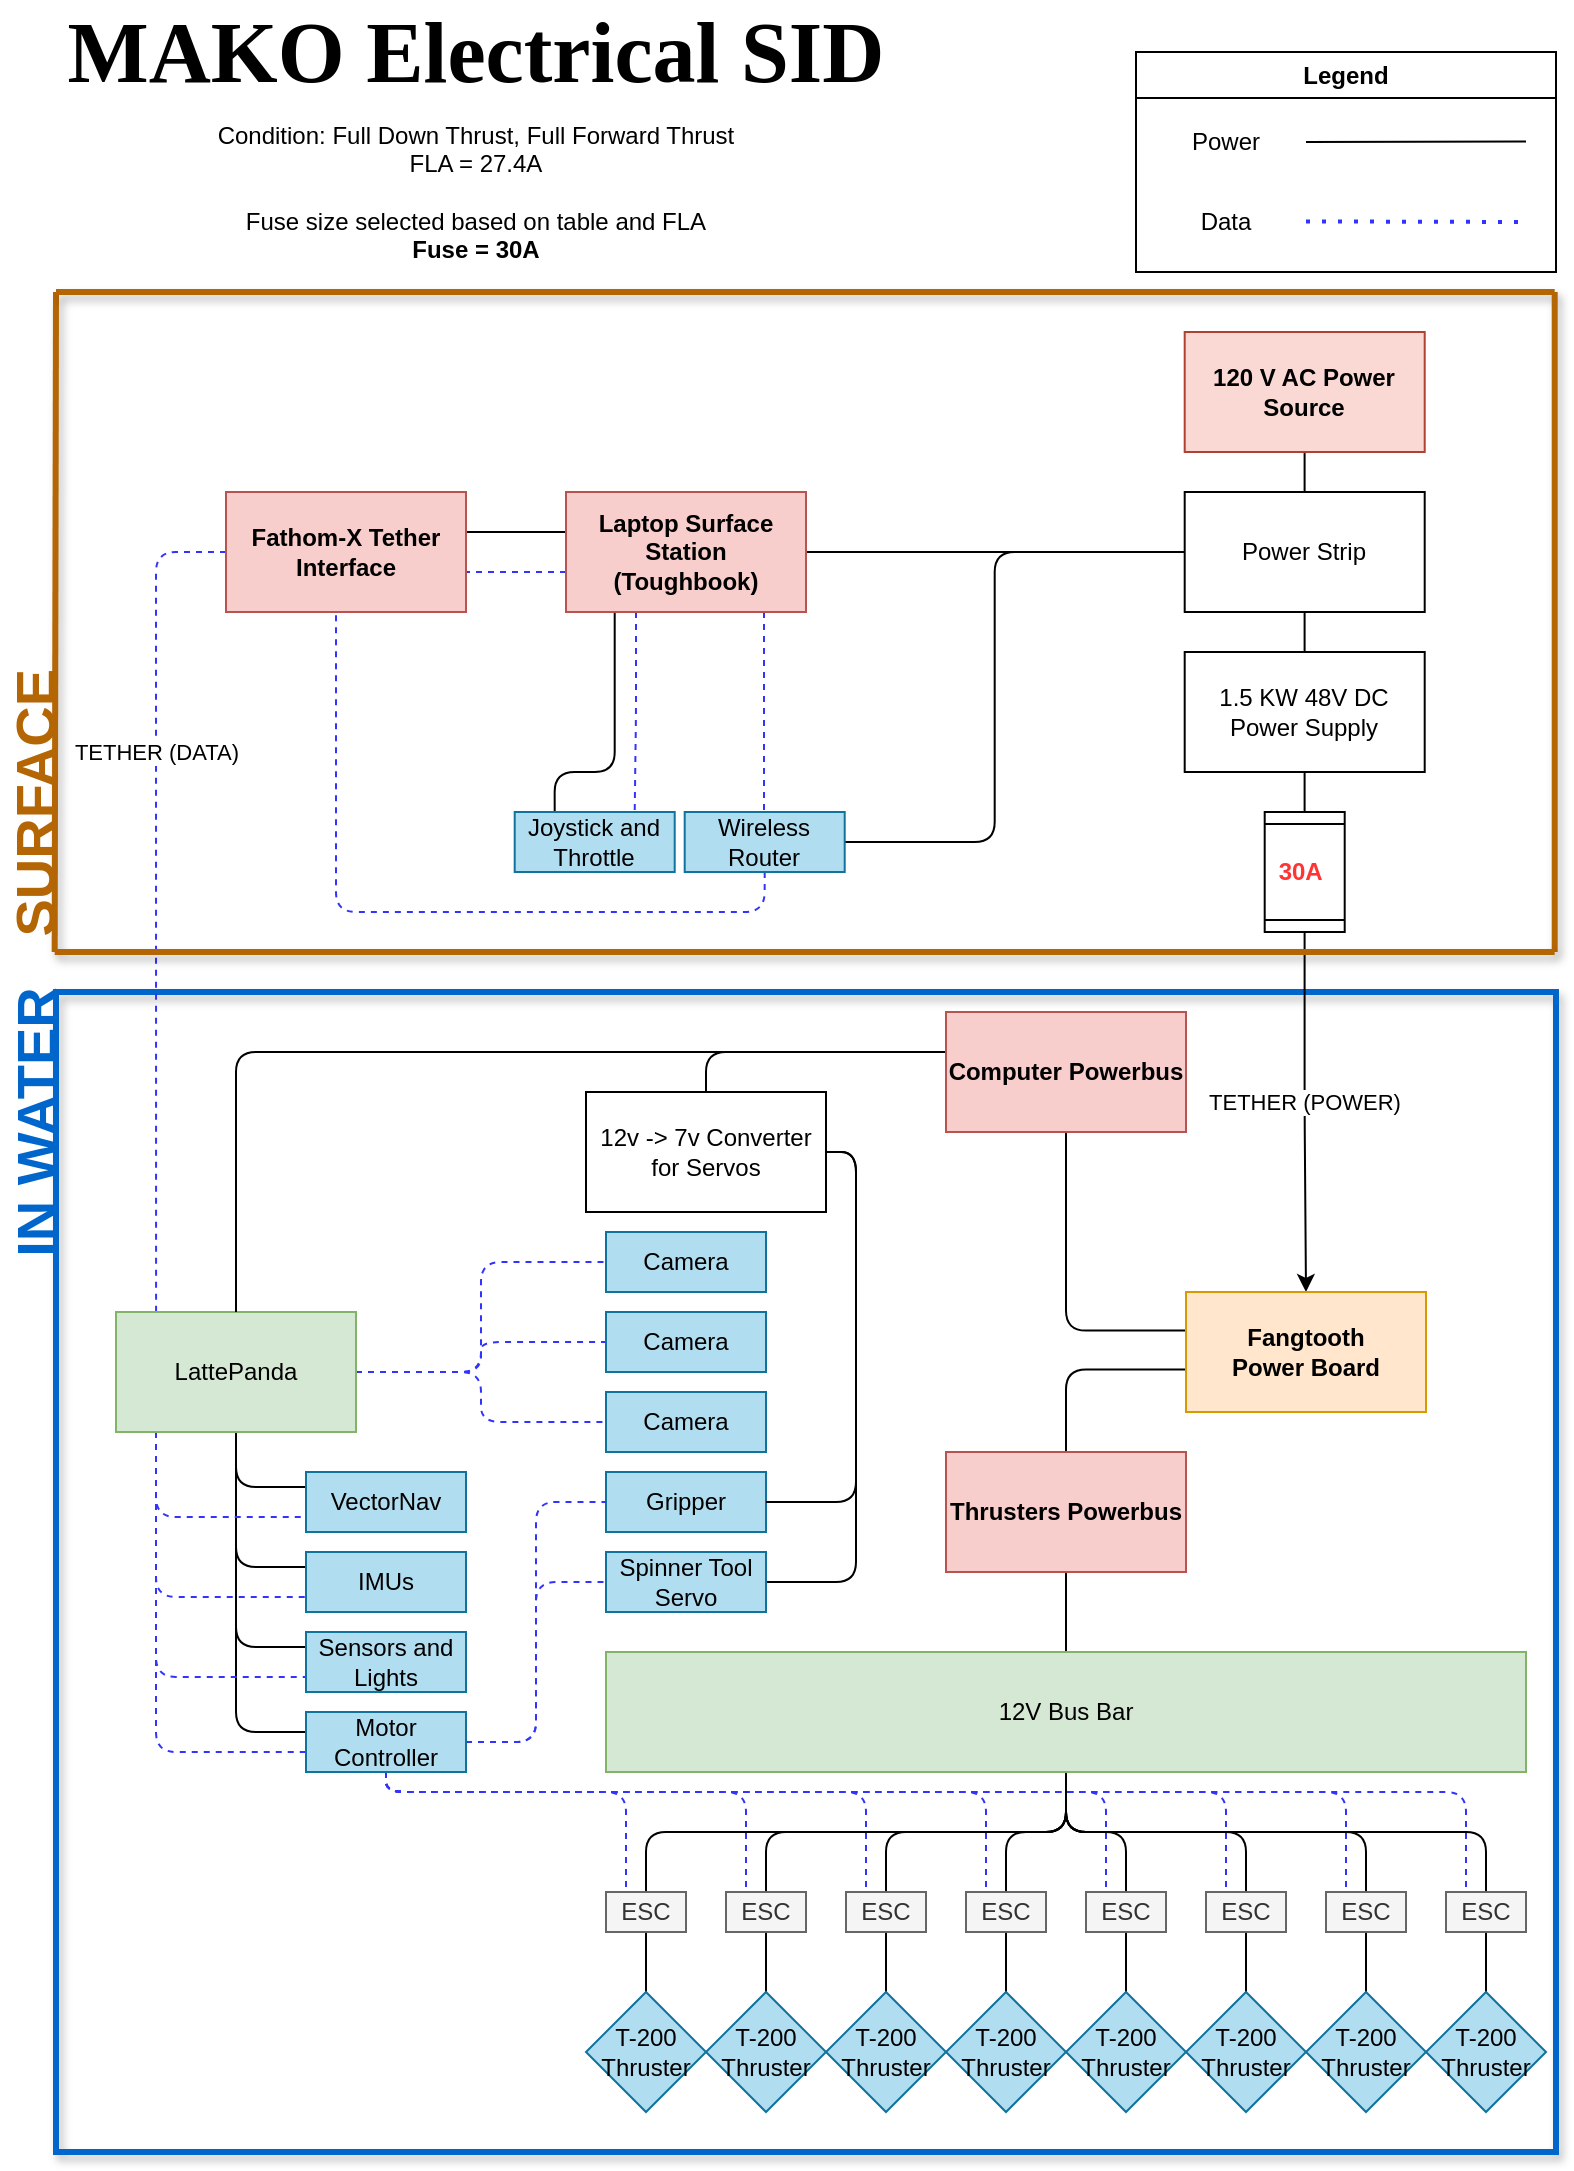
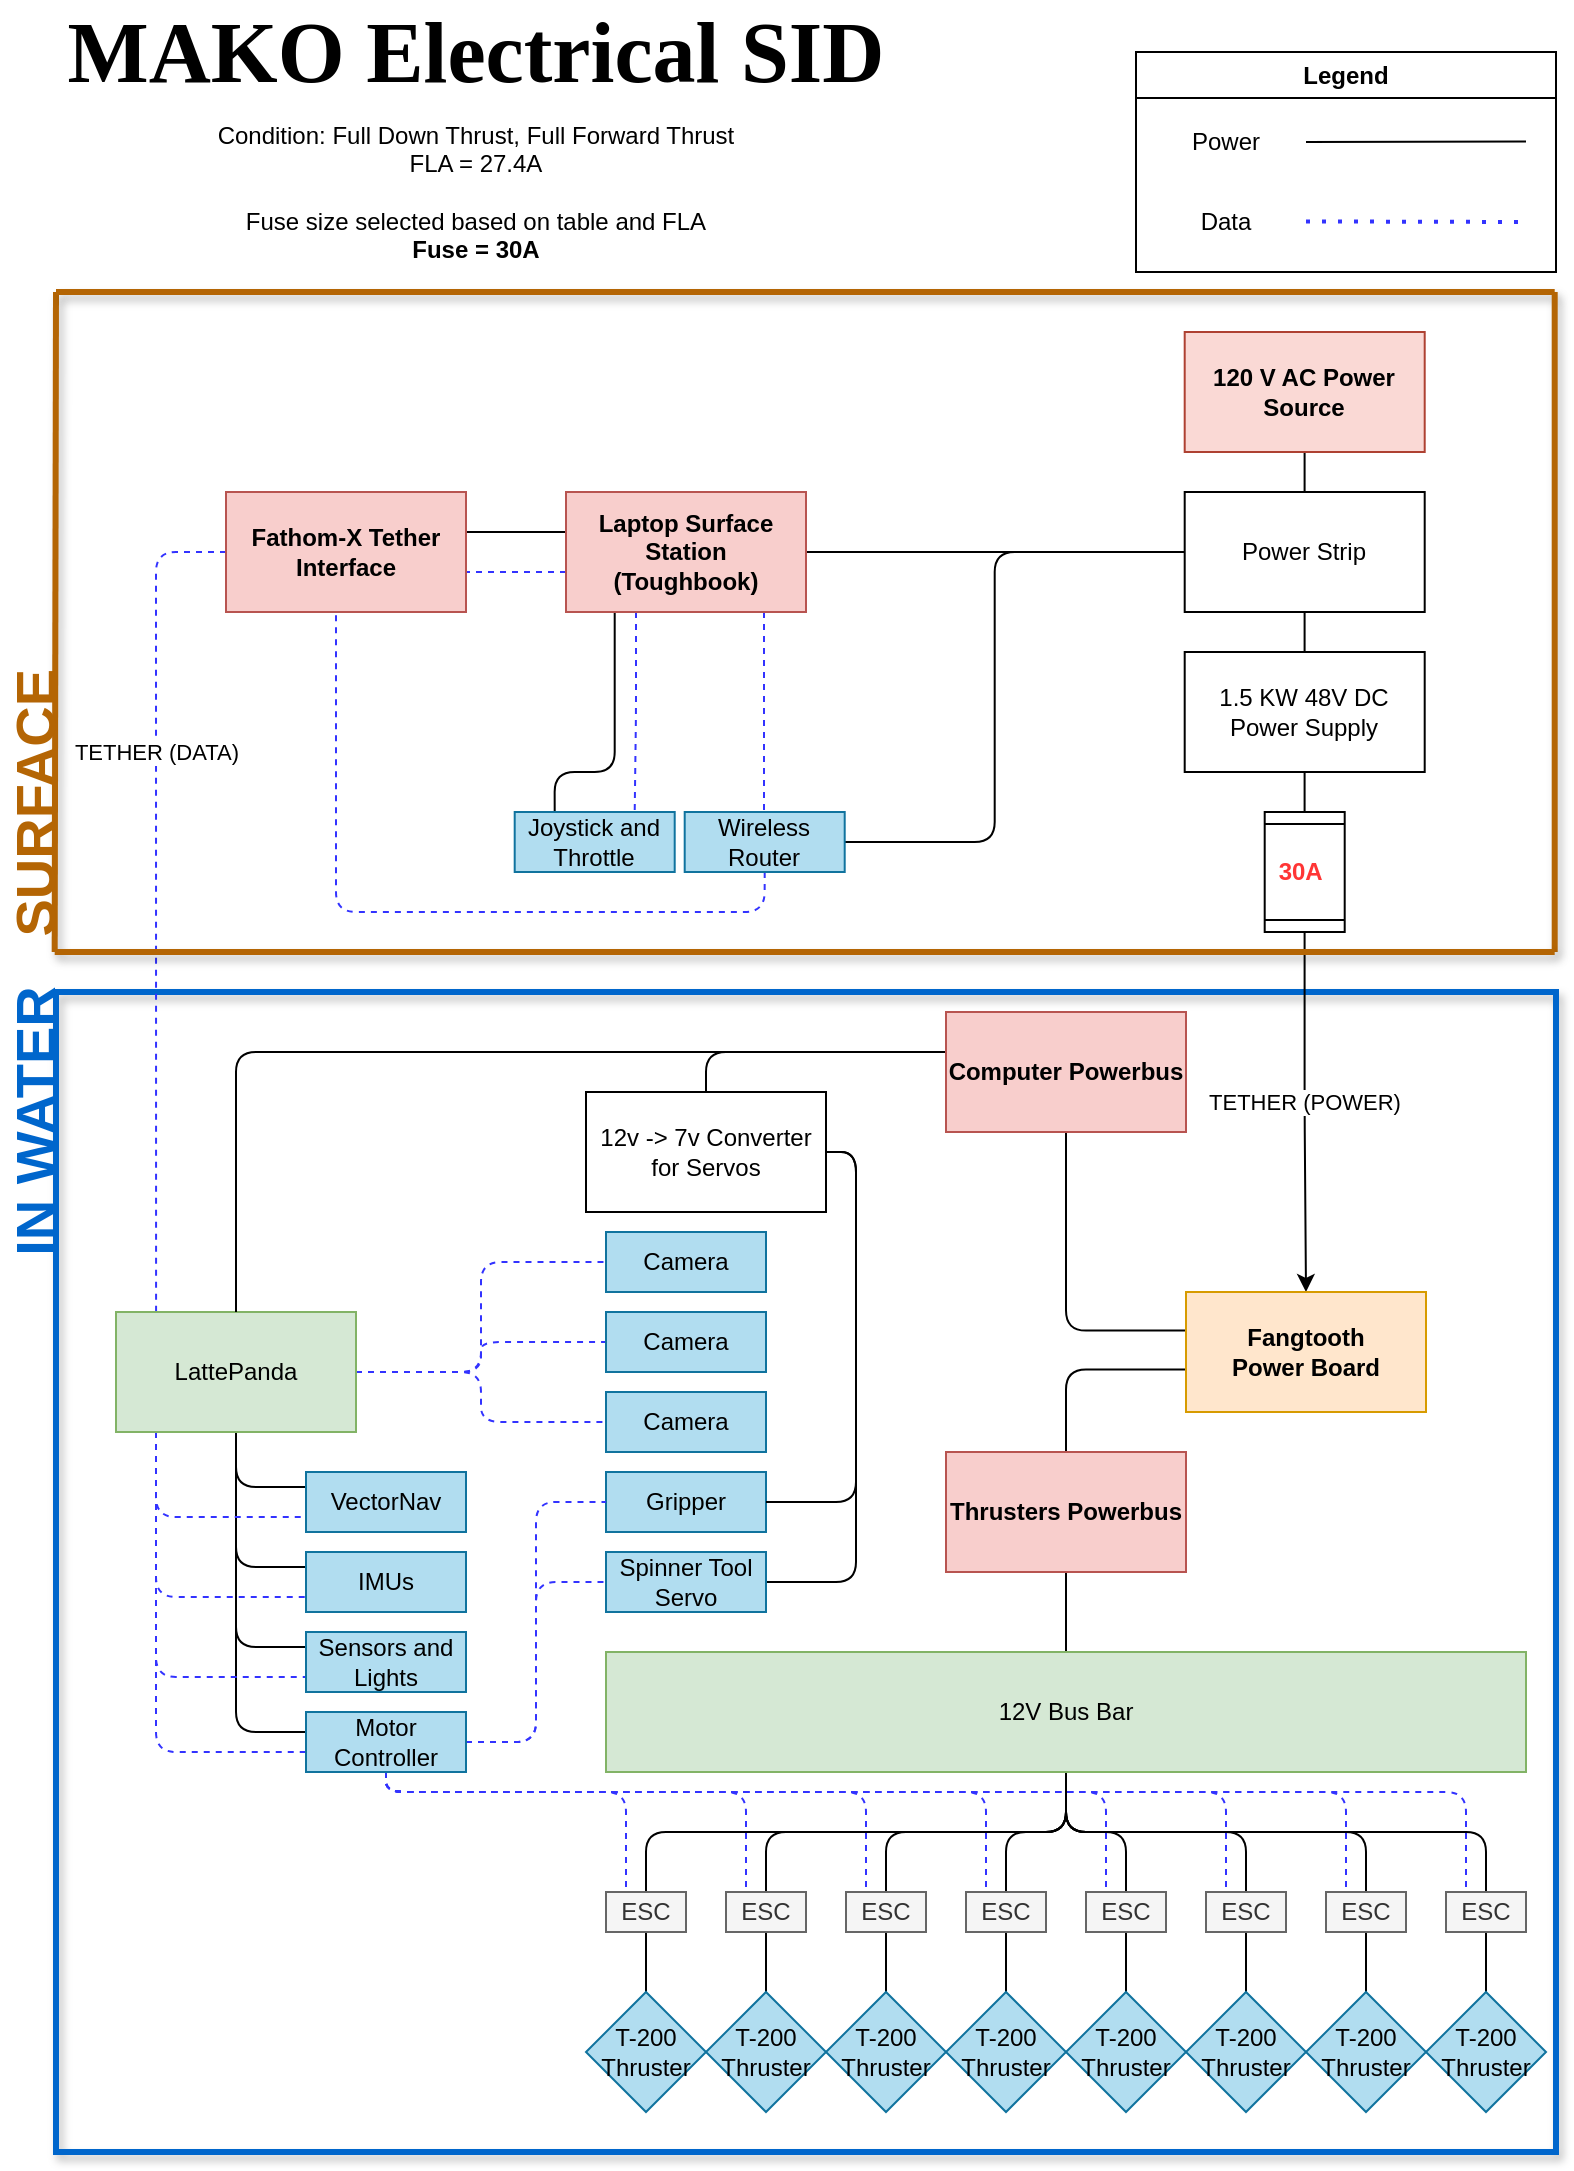
<mxfile host="app.diagrams.net" agent="Mozilla/5.0 (Windows NT 10.0; Win64; x64; rv:139.0) Gecko/20100101 Firefox/139.0">
  <diagram name="Page-1" id="doaNbLGYiiKzRFzNWdXi">
-     <mxGraphModel dx="1566" dy="1402" grid="1" gridSize="10" guides="1" tooltips="1" connect="1" arrows="1" fold="1" page="1" pageScale="1" pageWidth="850" pageHeight="1100" math="0" shadow="0">
+     <mxGraphModel dx="-455" dy="229" grid="1" gridSize="10" guides="1" tooltips="1" connect="1" arrows="1" fold="1" page="1" pageScale="1" pageWidth="850" pageHeight="1100" math="0" shadow="0">
      <root>
        <mxCell id="0" />
        <mxCell id="1" parent="0" />
        <mxCell id="0vSBfI8_46AL9H7hPHAw-18" parent="1" style="rounded=0;whiteSpace=wrap;html=1;fillColor=none;strokeWidth=3;strokeColor=#0066CC;glass=0;shadow=1;" value="" vertex="1">
          <mxGeometry height="580" width="750" x="890" y="500" as="geometry" />
        </mxCell>
        <mxCell id="59XTsty1G1Yx93DkZX_j-1" parent="1" style="text;html=1;whiteSpace=wrap;strokeColor=none;fillColor=none;align=center;verticalAlign=middle;rounded=0;fontFamily=Times New Roman;fontStyle=1" value="&lt;font style=&quot;font-size: 43px;&quot;&gt;&lt;span&gt;MAKO Electrical SID&lt;/span&gt;&lt;/font&gt;" vertex="1">
          <mxGeometry height="40" width="420" x="890" y="10" as="geometry" />
        </mxCell>
        <mxCell id="59XTsty1G1Yx93DkZX_j-24" edge="1" parent="1" style="edgeStyle=orthogonalEdgeStyle;rounded=0;orthogonalLoop=1;jettySize=auto;html=1;exitX=0.5;exitY=1;exitDx=0;exitDy=0;">
          <mxGeometry relative="1" as="geometry">
            <mxPoint x="1435" y="910" as="sourcePoint" />
            <mxPoint x="1435" y="910" as="targetPoint" />
          </mxGeometry>
        </mxCell>
        <mxCell id="59XTsty1G1Yx93DkZX_j-45" parent="1" style="swimlane;whiteSpace=wrap;html=1;" value="Legend" vertex="1">
          <mxGeometry height="110" width="210" x="1430" y="30" as="geometry" />
        </mxCell>
        <mxCell id="59XTsty1G1Yx93DkZX_j-46" parent="59XTsty1G1Yx93DkZX_j-45" style="text;html=1;whiteSpace=wrap;strokeColor=none;fillColor=none;align=center;verticalAlign=middle;rounded=0;" value="Power" vertex="1">
          <mxGeometry height="30" width="60" x="15" y="30" as="geometry" />
        </mxCell>
        <mxCell id="59XTsty1G1Yx93DkZX_j-47" parent="59XTsty1G1Yx93DkZX_j-45" style="text;html=1;whiteSpace=wrap;strokeColor=none;fillColor=none;align=center;verticalAlign=middle;rounded=0;" value="Data" vertex="1">
          <mxGeometry height="30" width="60" x="15" y="70" as="geometry" />
        </mxCell>
        <mxCell id="59XTsty1G1Yx93DkZX_j-53" edge="1" parent="59XTsty1G1Yx93DkZX_j-45" style="endArrow=none;dashed=1;html=1;dashPattern=1 3;strokeWidth=2;strokeColor=#3333FF;" value="">
          <mxGeometry height="50" relative="1" width="50" as="geometry">
            <mxPoint x="85" y="84.72" as="sourcePoint" />
            <mxPoint x="195" y="85" as="targetPoint" />
          </mxGeometry>
        </mxCell>
        <mxCell id="59XTsty1G1Yx93DkZX_j-54" edge="1" parent="59XTsty1G1Yx93DkZX_j-45" style="endArrow=none;html=1;strokeColor=#000000;" value="">
          <mxGeometry height="50" relative="1" width="50" as="geometry">
            <mxPoint x="85" y="45.06" as="sourcePoint" />
            <mxPoint x="195" y="44.78" as="targetPoint" />
          </mxGeometry>
        </mxCell>
        <mxCell id="59XTsty1G1Yx93DkZX_j-216" edge="1" parent="1" source="59XTsty1G1Yx93DkZX_j-57" style="edgeStyle=orthogonalEdgeStyle;orthogonalLoop=1;jettySize=auto;html=1;endArrow=none;endFill=0;" target="59XTsty1G1Yx93DkZX_j-208" value="">
          <mxGeometry relative="1" as="geometry" />
        </mxCell>
        <mxCell id="59XTsty1G1Yx93DkZX_j-57" parent="1" style="rounded=0;whiteSpace=wrap;html=1;fillColor=#fad9d5;strokeColor=#ae4132;fontStyle=1" value="120 V AC Power Source" vertex="1">
          <mxGeometry height="60" width="120" x="1454.35" y="170" as="geometry" />
        </mxCell>
        <mxCell id="59XTsty1G1Yx93DkZX_j-71" edge="1" parent="1" source="59XTsty1G1Yx93DkZX_j-66" style="edgeStyle=orthogonalEdgeStyle;orthogonalLoop=1;jettySize=auto;html=1;endArrow=none;endFill=0;" target="59XTsty1G1Yx93DkZX_j-70" value="">
          <mxGeometry relative="1" as="geometry" />
        </mxCell>
        <mxCell id="59XTsty1G1Yx93DkZX_j-66" parent="1" style="rounded=0;whiteSpace=wrap;html=1;" value="&lt;div&gt;1.5 KW 48V DC Power Supply&lt;/div&gt;" vertex="1">
          <mxGeometry height="60" width="120" x="1454.35" y="330" as="geometry" />
        </mxCell>
        <mxCell id="59XTsty1G1Yx93DkZX_j-81" edge="1" parent="1" source="59XTsty1G1Yx93DkZX_j-70" style="edgeStyle=orthogonalEdgeStyle;orthogonalLoop=1;jettySize=auto;html=1;entryX=0.5;entryY=0;entryDx=0;entryDy=0;" target="59XTsty1G1Yx93DkZX_j-101" value="">
          <mxGeometry relative="1" as="geometry">
            <mxPoint x="1515" y="470" as="targetPoint" />
          </mxGeometry>
        </mxCell>
        <mxCell id="59XTsty1G1Yx93DkZX_j-99" connectable="0" parent="59XTsty1G1Yx93DkZX_j-81" style="edgeLabel;html=1;align=center;verticalAlign=middle;resizable=0;points=[];" value="TETHER (POWER)" vertex="1">
          <mxGeometry relative="1" x="-0.062" y="-1" as="geometry">
            <mxPoint as="offset" />
          </mxGeometry>
        </mxCell>
        <mxCell id="59XTsty1G1Yx93DkZX_j-70" parent="1" style="shape=process;whiteSpace=wrap;html=1;backgroundOutline=1;rounded=0;direction=south;" value="&lt;div&gt;&lt;b style=&quot;color: rgb(255, 53, 53);&quot;&gt;30A&amp;nbsp;&lt;/b&gt;&lt;/div&gt;" vertex="1">
          <mxGeometry height="60" width="40" x="1494.35" y="410" as="geometry" />
        </mxCell>
        <mxCell id="59XTsty1G1Yx93DkZX_j-83" parent="1" style="text;html=1;whiteSpace=wrap;strokeColor=none;fillColor=none;align=center;verticalAlign=middle;rounded=0;" value="&lt;div&gt;Condition: Full Down Thrust, Full Forward Thrust&lt;/div&gt;&lt;div&gt;FLA = 27.4A&lt;/div&gt;&lt;div&gt;&lt;br&gt;&lt;/div&gt;&lt;div&gt;Fuse size selected based on table and FLA&lt;/div&gt;&lt;div&gt;&lt;b&gt;Fuse = 30A&lt;/b&gt;&lt;/div&gt;" vertex="1">
          <mxGeometry height="80" width="410" x="894.9999999999999" y="60" as="geometry" />
        </mxCell>
        <mxCell id="59XTsty1G1Yx93DkZX_j-205" edge="1" parent="1" source="59XTsty1G1Yx93DkZX_j-101" style="edgeStyle=orthogonalEdgeStyle;orthogonalLoop=1;jettySize=auto;html=1;entryX=0.5;entryY=1;entryDx=0;entryDy=0;exitX=-0.004;exitY=0.321;exitDx=0;exitDy=0;exitPerimeter=0;endArrow=none;endFill=0;" target="59XTsty1G1Yx93DkZX_j-180">
          <mxGeometry relative="1" as="geometry" />
        </mxCell>
        <mxCell id="59XTsty1G1Yx93DkZX_j-206" edge="1" parent="1" source="59XTsty1G1Yx93DkZX_j-101" style="edgeStyle=orthogonalEdgeStyle;orthogonalLoop=1;jettySize=auto;html=1;exitX=0.001;exitY=0.645;exitDx=0;exitDy=0;exitPerimeter=0;endArrow=none;endFill=0;" target="59XTsty1G1Yx93DkZX_j-102">
          <mxGeometry relative="1" as="geometry" />
        </mxCell>
        <mxCell id="59XTsty1G1Yx93DkZX_j-101" parent="1" style="rounded=0;whiteSpace=wrap;html=1;fillColor=#ffe6cc;strokeColor=#d79b00;fontStyle=1" value="&lt;div&gt;Fangtooth&lt;/div&gt;&lt;div&gt;Power Board&lt;/div&gt;" vertex="1">
          <mxGeometry height="60" width="120" x="1455" y="650" as="geometry" />
        </mxCell>
        <mxCell id="59XTsty1G1Yx93DkZX_j-113" edge="1" parent="1" source="59XTsty1G1Yx93DkZX_j-102" style="edgeStyle=orthogonalEdgeStyle;orthogonalLoop=1;jettySize=auto;html=1;entryX=0.5;entryY=0;entryDx=0;entryDy=0;endArrow=none;endFill=0;" target="59XTsty1G1Yx93DkZX_j-108">
          <mxGeometry relative="1" as="geometry" />
        </mxCell>
        <mxCell id="59XTsty1G1Yx93DkZX_j-102" parent="1" style="rounded=0;whiteSpace=wrap;html=1;fillColor=#f8cecc;strokeColor=#b85450;fontStyle=1" value="Thrusters Powerbus" vertex="1">
          <mxGeometry height="60" width="120" x="1335" y="730" as="geometry" />
        </mxCell>
        <mxCell id="59XTsty1G1Yx93DkZX_j-135" edge="1" parent="1" source="59XTsty1G1Yx93DkZX_j-108" style="edgeStyle=orthogonalEdgeStyle;orthogonalLoop=1;jettySize=auto;html=1;entryX=0.5;entryY=0;entryDx=0;entryDy=0;endArrow=none;endFill=0;" target="59XTsty1G1Yx93DkZX_j-116">
          <mxGeometry relative="1" as="geometry" />
        </mxCell>
        <mxCell id="59XTsty1G1Yx93DkZX_j-137" edge="1" parent="1" source="59XTsty1G1Yx93DkZX_j-108" style="edgeStyle=orthogonalEdgeStyle;orthogonalLoop=1;jettySize=auto;html=1;entryX=0.5;entryY=0;entryDx=0;entryDy=0;endArrow=none;endFill=0;" target="59XTsty1G1Yx93DkZX_j-120">
          <mxGeometry relative="1" as="geometry" />
        </mxCell>
        <mxCell id="59XTsty1G1Yx93DkZX_j-138" edge="1" parent="1" source="59XTsty1G1Yx93DkZX_j-108" style="edgeStyle=orthogonalEdgeStyle;orthogonalLoop=1;jettySize=auto;html=1;entryX=0.5;entryY=0;entryDx=0;entryDy=0;endArrow=none;endFill=0;" target="59XTsty1G1Yx93DkZX_j-117">
          <mxGeometry relative="1" as="geometry" />
        </mxCell>
        <mxCell id="59XTsty1G1Yx93DkZX_j-139" edge="1" parent="1" source="59XTsty1G1Yx93DkZX_j-108" style="edgeStyle=orthogonalEdgeStyle;orthogonalLoop=1;jettySize=auto;html=1;entryX=0.5;entryY=0;entryDx=0;entryDy=0;endArrow=none;endFill=0;" target="59XTsty1G1Yx93DkZX_j-118">
          <mxGeometry relative="1" as="geometry" />
        </mxCell>
        <mxCell id="59XTsty1G1Yx93DkZX_j-140" edge="1" parent="1" source="59XTsty1G1Yx93DkZX_j-108" style="edgeStyle=orthogonalEdgeStyle;orthogonalLoop=1;jettySize=auto;html=1;entryX=0.5;entryY=0;entryDx=0;entryDy=0;endArrow=none;endFill=0;" target="59XTsty1G1Yx93DkZX_j-121">
          <mxGeometry relative="1" as="geometry" />
        </mxCell>
        <mxCell id="59XTsty1G1Yx93DkZX_j-141" edge="1" parent="1" source="59XTsty1G1Yx93DkZX_j-108" style="edgeStyle=orthogonalEdgeStyle;orthogonalLoop=1;jettySize=auto;html=1;entryX=0.5;entryY=0;entryDx=0;entryDy=0;endArrow=none;endFill=0;" target="59XTsty1G1Yx93DkZX_j-122">
          <mxGeometry relative="1" as="geometry" />
        </mxCell>
        <mxCell id="59XTsty1G1Yx93DkZX_j-142" edge="1" parent="1" source="59XTsty1G1Yx93DkZX_j-108" style="edgeStyle=orthogonalEdgeStyle;orthogonalLoop=1;jettySize=auto;html=1;entryX=0.5;entryY=0;entryDx=0;entryDy=0;endArrow=none;endFill=0;" target="59XTsty1G1Yx93DkZX_j-123">
          <mxGeometry relative="1" as="geometry" />
        </mxCell>
        <mxCell id="59XTsty1G1Yx93DkZX_j-143" edge="1" parent="1" source="59XTsty1G1Yx93DkZX_j-108" style="edgeStyle=orthogonalEdgeStyle;orthogonalLoop=1;jettySize=auto;html=1;endArrow=none;endFill=0;" target="59XTsty1G1Yx93DkZX_j-124">
          <mxGeometry relative="1" as="geometry" />
        </mxCell>
        <mxCell id="59XTsty1G1Yx93DkZX_j-108" parent="1" style="rounded=0;whiteSpace=wrap;html=1;fillColor=#d5e8d4;strokeColor=#82b366;fontStyle=0" value="&lt;span&gt;12V Bus Bar&lt;/span&gt;" vertex="1">
          <mxGeometry height="60" width="460" x="1165" y="830" as="geometry" />
        </mxCell>
        <mxCell id="59XTsty1G1Yx93DkZX_j-158" edge="1" parent="1" source="59XTsty1G1Yx93DkZX_j-111" style="edgeStyle=orthogonalEdgeStyle;orthogonalLoop=1;jettySize=auto;html=1;entryX=0;entryY=0.5;entryDx=0;entryDy=0;dashed=1;strokeColor=#3333FF;endArrow=none;endFill=0;" target="59XTsty1G1Yx93DkZX_j-154">
          <mxGeometry relative="1" as="geometry" />
        </mxCell>
        <mxCell id="59XTsty1G1Yx93DkZX_j-159" edge="1" parent="1" source="59XTsty1G1Yx93DkZX_j-111" style="edgeStyle=orthogonalEdgeStyle;orthogonalLoop=1;jettySize=auto;html=1;entryX=0;entryY=0.5;entryDx=0;entryDy=0;dashed=1;strokeColor=#3333FF;endArrow=none;endFill=0;" target="59XTsty1G1Yx93DkZX_j-153">
          <mxGeometry relative="1" as="geometry" />
        </mxCell>
        <mxCell id="59XTsty1G1Yx93DkZX_j-232" edge="1" parent="1" source="59XTsty1G1Yx93DkZX_j-111" style="edgeStyle=orthogonalEdgeStyle;orthogonalLoop=1;jettySize=auto;html=1;entryX=0;entryY=0.25;entryDx=0;entryDy=0;endArrow=none;endFill=0;" target="59XTsty1G1Yx93DkZX_j-164">
          <mxGeometry relative="1" as="geometry">
            <Array as="points">
              <mxPoint x="980" y="748" />
            </Array>
          </mxGeometry>
        </mxCell>
        <mxCell id="59XTsty1G1Yx93DkZX_j-233" edge="1" parent="1" source="59XTsty1G1Yx93DkZX_j-111" style="edgeStyle=orthogonalEdgeStyle;orthogonalLoop=1;jettySize=auto;html=1;entryX=0;entryY=0.25;entryDx=0;entryDy=0;endArrow=none;endFill=0;" target="59XTsty1G1Yx93DkZX_j-163">
          <mxGeometry relative="1" as="geometry">
            <Array as="points">
              <mxPoint x="980" y="788" />
            </Array>
          </mxGeometry>
        </mxCell>
        <mxCell id="59XTsty1G1Yx93DkZX_j-234" edge="1" parent="1" source="59XTsty1G1Yx93DkZX_j-111" style="edgeStyle=orthogonalEdgeStyle;orthogonalLoop=1;jettySize=auto;html=1;entryX=0;entryY=0.25;entryDx=0;entryDy=0;endArrow=none;endFill=0;" target="59XTsty1G1Yx93DkZX_j-165">
          <mxGeometry relative="1" as="geometry">
            <Array as="points">
              <mxPoint x="980" y="828" />
            </Array>
          </mxGeometry>
        </mxCell>
        <mxCell id="59XTsty1G1Yx93DkZX_j-235" edge="1" parent="1" source="59XTsty1G1Yx93DkZX_j-111" style="edgeStyle=orthogonalEdgeStyle;orthogonalLoop=1;jettySize=auto;html=1;entryX=0.003;entryY=0.353;entryDx=0;entryDy=0;entryPerimeter=0;endArrow=none;endFill=0;" target="59XTsty1G1Yx93DkZX_j-231">
          <mxGeometry relative="1" as="geometry">
            <Array as="points">
              <mxPoint x="980" y="870" />
              <mxPoint x="1015" y="870" />
            </Array>
          </mxGeometry>
        </mxCell>
        <mxCell id="59XTsty1G1Yx93DkZX_j-236" edge="1" parent="1" source="59XTsty1G1Yx93DkZX_j-111" style="edgeStyle=orthogonalEdgeStyle;orthogonalLoop=1;jettySize=auto;html=1;entryX=-0.002;entryY=0.647;entryDx=0;entryDy=0;dashed=1;strokeColor=#3333FF;entryPerimeter=0;endArrow=none;endFill=0;" target="59XTsty1G1Yx93DkZX_j-231">
          <mxGeometry relative="1" as="geometry">
            <Array as="points">
              <mxPoint x="940" y="880" />
              <mxPoint x="1015" y="880" />
            </Array>
          </mxGeometry>
        </mxCell>
        <mxCell id="59XTsty1G1Yx93DkZX_j-237" edge="1" parent="1" source="59XTsty1G1Yx93DkZX_j-111" style="edgeStyle=orthogonalEdgeStyle;orthogonalLoop=1;jettySize=auto;html=1;entryX=0;entryY=0.75;entryDx=0;entryDy=0;dashed=1;strokeColor=#3333FF;endArrow=none;endFill=0;" target="59XTsty1G1Yx93DkZX_j-165">
          <mxGeometry relative="1" as="geometry">
            <Array as="points">
              <mxPoint x="940" y="843" />
            </Array>
          </mxGeometry>
        </mxCell>
        <mxCell id="59XTsty1G1Yx93DkZX_j-238" edge="1" parent="1" source="59XTsty1G1Yx93DkZX_j-111" style="edgeStyle=orthogonalEdgeStyle;orthogonalLoop=1;jettySize=auto;html=1;entryX=0;entryY=0.75;entryDx=0;entryDy=0;dashed=1;strokeColor=#3333FF;endArrow=none;endFill=0;" target="59XTsty1G1Yx93DkZX_j-163">
          <mxGeometry relative="1" as="geometry">
            <Array as="points">
              <mxPoint x="940" y="803" />
            </Array>
          </mxGeometry>
        </mxCell>
        <mxCell id="59XTsty1G1Yx93DkZX_j-239" edge="1" parent="1" source="59XTsty1G1Yx93DkZX_j-111" style="edgeStyle=orthogonalEdgeStyle;orthogonalLoop=1;jettySize=auto;html=1;entryX=0;entryY=0.75;entryDx=0;entryDy=0;dashed=1;strokeColor=#3333FF;endArrow=none;endFill=0;" target="59XTsty1G1Yx93DkZX_j-164">
          <mxGeometry relative="1" as="geometry">
            <Array as="points">
              <mxPoint x="940" y="763" />
            </Array>
          </mxGeometry>
        </mxCell>
        <mxCell id="0vSBfI8_46AL9H7hPHAw-38" edge="1" parent="1" source="59XTsty1G1Yx93DkZX_j-111" style="edgeStyle=orthogonalEdgeStyle;rounded=1;orthogonalLoop=1;jettySize=auto;html=1;entryX=0;entryY=0.5;entryDx=0;entryDy=0;curved=0;endArrow=none;endFill=0;dashed=1;strokeColor=#3333FF;" target="0vSBfI8_46AL9H7hPHAw-37">
          <mxGeometry relative="1" as="geometry" />
        </mxCell>
        <mxCell id="59XTsty1G1Yx93DkZX_j-111" parent="1" style="rounded=0;whiteSpace=wrap;html=1;fillColor=#d5e8d4;strokeColor=#82b366;" value="LattePanda" vertex="1">
          <mxGeometry height="60" width="120" x="920" y="660" as="geometry" />
        </mxCell>
        <mxCell id="59XTsty1G1Yx93DkZX_j-145" edge="1" parent="1" source="59XTsty1G1Yx93DkZX_j-116" style="edgeStyle=orthogonalEdgeStyle;orthogonalLoop=1;jettySize=auto;html=1;entryX=0.5;entryY=0;entryDx=0;entryDy=0;endArrow=none;endFill=0;" target="59XTsty1G1Yx93DkZX_j-126">
          <mxGeometry relative="1" as="geometry" />
        </mxCell>
        <mxCell id="59XTsty1G1Yx93DkZX_j-116" parent="1" style="rounded=0;whiteSpace=wrap;html=1;fillColor=#f5f5f5;fontColor=#333333;strokeColor=#666666;" value="ESC" vertex="1">
          <mxGeometry height="20" width="40" x="1165" y="950" as="geometry" />
        </mxCell>
        <mxCell id="59XTsty1G1Yx93DkZX_j-147" edge="1" parent="1" source="59XTsty1G1Yx93DkZX_j-117" style="edgeStyle=orthogonalEdgeStyle;orthogonalLoop=1;jettySize=auto;html=1;entryX=0.5;entryY=0;entryDx=0;entryDy=0;endArrow=none;endFill=0;" target="59XTsty1G1Yx93DkZX_j-128">
          <mxGeometry relative="1" as="geometry" />
        </mxCell>
        <mxCell id="59XTsty1G1Yx93DkZX_j-117" parent="1" style="rounded=0;whiteSpace=wrap;html=1;fillColor=#f5f5f5;fontColor=#333333;strokeColor=#666666;" value="ESC" vertex="1">
          <mxGeometry height="20" width="40" x="1285" y="950" as="geometry" />
        </mxCell>
        <mxCell id="59XTsty1G1Yx93DkZX_j-148" edge="1" parent="1" source="59XTsty1G1Yx93DkZX_j-118" style="edgeStyle=orthogonalEdgeStyle;orthogonalLoop=1;jettySize=auto;html=1;entryX=0.5;entryY=0;entryDx=0;entryDy=0;endArrow=none;endFill=0;" target="59XTsty1G1Yx93DkZX_j-129">
          <mxGeometry relative="1" as="geometry" />
        </mxCell>
        <mxCell id="59XTsty1G1Yx93DkZX_j-118" parent="1" style="rounded=0;whiteSpace=wrap;html=1;fillColor=#f5f5f5;fontColor=#333333;strokeColor=#666666;" value="ESC" vertex="1">
          <mxGeometry height="20" width="40" x="1345" y="950" as="geometry" />
        </mxCell>
        <mxCell id="59XTsty1G1Yx93DkZX_j-146" edge="1" parent="1" source="59XTsty1G1Yx93DkZX_j-120" style="edgeStyle=orthogonalEdgeStyle;orthogonalLoop=1;jettySize=auto;html=1;entryX=0.5;entryY=0;entryDx=0;entryDy=0;endArrow=none;endFill=0;" target="59XTsty1G1Yx93DkZX_j-127">
          <mxGeometry relative="1" as="geometry" />
        </mxCell>
        <mxCell id="59XTsty1G1Yx93DkZX_j-120" parent="1" style="rounded=0;whiteSpace=wrap;html=1;fillColor=#f5f5f5;fontColor=#333333;strokeColor=#666666;" value="ESC" vertex="1">
          <mxGeometry height="20" width="40" x="1225" y="950" as="geometry" />
        </mxCell>
        <mxCell id="59XTsty1G1Yx93DkZX_j-149" edge="1" parent="1" source="59XTsty1G1Yx93DkZX_j-121" style="edgeStyle=orthogonalEdgeStyle;orthogonalLoop=1;jettySize=auto;html=1;entryX=0.5;entryY=0;entryDx=0;entryDy=0;endArrow=none;endFill=0;" target="59XTsty1G1Yx93DkZX_j-130">
          <mxGeometry relative="1" as="geometry" />
        </mxCell>
        <mxCell id="59XTsty1G1Yx93DkZX_j-121" parent="1" style="rounded=0;whiteSpace=wrap;html=1;fillColor=#f5f5f5;fontColor=#333333;strokeColor=#666666;" value="ESC" vertex="1">
          <mxGeometry height="20" width="40" x="1405" y="950" as="geometry" />
        </mxCell>
        <mxCell id="59XTsty1G1Yx93DkZX_j-150" edge="1" parent="1" source="59XTsty1G1Yx93DkZX_j-122" style="edgeStyle=orthogonalEdgeStyle;orthogonalLoop=1;jettySize=auto;html=1;entryX=0.5;entryY=0;entryDx=0;entryDy=0;endArrow=none;endFill=0;" target="59XTsty1G1Yx93DkZX_j-131">
          <mxGeometry relative="1" as="geometry" />
        </mxCell>
        <mxCell id="59XTsty1G1Yx93DkZX_j-122" parent="1" style="rounded=0;whiteSpace=wrap;html=1;fillColor=#f5f5f5;fontColor=#333333;strokeColor=#666666;" value="ESC" vertex="1">
          <mxGeometry height="20" width="40" x="1465" y="950" as="geometry" />
        </mxCell>
        <mxCell id="59XTsty1G1Yx93DkZX_j-151" edge="1" parent="1" source="59XTsty1G1Yx93DkZX_j-123" style="edgeStyle=orthogonalEdgeStyle;orthogonalLoop=1;jettySize=auto;html=1;entryX=0.5;entryY=0;entryDx=0;entryDy=0;endArrow=none;endFill=0;" target="59XTsty1G1Yx93DkZX_j-132">
          <mxGeometry relative="1" as="geometry" />
        </mxCell>
        <mxCell id="59XTsty1G1Yx93DkZX_j-123" parent="1" style="rounded=0;whiteSpace=wrap;html=1;fillColor=#f5f5f5;fontColor=#333333;strokeColor=#666666;" value="ESC" vertex="1">
          <mxGeometry height="20" width="40" x="1525" y="950" as="geometry" />
        </mxCell>
        <mxCell id="59XTsty1G1Yx93DkZX_j-152" edge="1" parent="1" source="59XTsty1G1Yx93DkZX_j-124" style="edgeStyle=orthogonalEdgeStyle;orthogonalLoop=1;jettySize=auto;html=1;entryX=0.5;entryY=0;entryDx=0;entryDy=0;endArrow=none;endFill=0;" target="59XTsty1G1Yx93DkZX_j-133">
          <mxGeometry relative="1" as="geometry" />
        </mxCell>
        <mxCell id="59XTsty1G1Yx93DkZX_j-124" parent="1" style="rounded=0;whiteSpace=wrap;html=1;fillColor=#f5f5f5;fontColor=#333333;strokeColor=#666666;" value="ESC" vertex="1">
          <mxGeometry height="20" width="40" x="1585" y="950" as="geometry" />
        </mxCell>
        <mxCell id="59XTsty1G1Yx93DkZX_j-126" parent="1" style="rhombus;whiteSpace=wrap;html=1;fillColor=#b1ddf0;strokeColor=#10739e;" value="T-200 Thruster" vertex="1">
          <mxGeometry height="60" width="60" x="1155" y="1000" as="geometry" />
        </mxCell>
        <mxCell id="59XTsty1G1Yx93DkZX_j-127" parent="1" style="rhombus;whiteSpace=wrap;html=1;fillColor=#b1ddf0;strokeColor=#10739e;" value="T-200 Thruster" vertex="1">
          <mxGeometry height="60" width="60" x="1215" y="1000" as="geometry" />
        </mxCell>
        <mxCell id="59XTsty1G1Yx93DkZX_j-128" parent="1" style="rhombus;whiteSpace=wrap;html=1;fillColor=#b1ddf0;strokeColor=#10739e;" value="T-200 Thruster" vertex="1">
          <mxGeometry height="60" width="60" x="1275" y="1000" as="geometry" />
        </mxCell>
        <mxCell id="59XTsty1G1Yx93DkZX_j-129" parent="1" style="rhombus;whiteSpace=wrap;html=1;fillColor=#b1ddf0;strokeColor=#10739e;" value="T-200 Thruster" vertex="1">
          <mxGeometry height="60" width="60" x="1335" y="1000" as="geometry" />
        </mxCell>
        <mxCell id="59XTsty1G1Yx93DkZX_j-130" parent="1" style="rhombus;whiteSpace=wrap;html=1;fillColor=#b1ddf0;strokeColor=#10739e;" value="T-200 Thruster" vertex="1">
          <mxGeometry height="60" width="60" x="1395" y="1000" as="geometry" />
        </mxCell>
        <mxCell id="59XTsty1G1Yx93DkZX_j-131" parent="1" style="rhombus;whiteSpace=wrap;html=1;fillColor=#b1ddf0;strokeColor=#10739e;" value="T-200 Thruster" vertex="1">
          <mxGeometry height="60" width="60" x="1455" y="1000" as="geometry" />
        </mxCell>
        <mxCell id="59XTsty1G1Yx93DkZX_j-132" parent="1" style="rhombus;whiteSpace=wrap;html=1;fillColor=#b1ddf0;strokeColor=#10739e;" value="T-200 Thruster" vertex="1">
          <mxGeometry height="60" width="60" x="1515" y="1000" as="geometry" />
        </mxCell>
        <mxCell id="59XTsty1G1Yx93DkZX_j-133" parent="1" style="rhombus;whiteSpace=wrap;html=1;fillColor=#b1ddf0;strokeColor=#10739e;" value="T-200 Thruster" vertex="1">
          <mxGeometry height="60" width="60" x="1575" y="1000" as="geometry" />
        </mxCell>
        <mxCell id="59XTsty1G1Yx93DkZX_j-153" parent="1" style="rounded=0;whiteSpace=wrap;html=1;fillColor=#b1ddf0;strokeColor=#10739e;" value="Camera" vertex="1">
          <mxGeometry height="30" width="80" x="1165" y="660" as="geometry" />
        </mxCell>
        <mxCell id="59XTsty1G1Yx93DkZX_j-154" parent="1" style="rounded=0;whiteSpace=wrap;html=1;fillColor=#b1ddf0;strokeColor=#10739e;" value="Camera" vertex="1">
          <mxGeometry height="30" width="80" x="1165" y="700" as="geometry" />
        </mxCell>
        <mxCell id="59XTsty1G1Yx93DkZX_j-155" parent="1" style="rounded=0;whiteSpace=wrap;html=1;fillColor=#b1ddf0;strokeColor=#10739e;" value="Gripper" vertex="1">
          <mxGeometry height="30" width="80" x="1165" y="740" as="geometry" />
        </mxCell>
        <mxCell id="59XTsty1G1Yx93DkZX_j-163" parent="1" style="rounded=0;whiteSpace=wrap;html=1;fillColor=#b1ddf0;strokeColor=#10739e;" value="IMUs" vertex="1">
          <mxGeometry height="30" width="80" x="1015" y="780" as="geometry" />
        </mxCell>
        <mxCell id="59XTsty1G1Yx93DkZX_j-164" parent="1" style="rounded=0;whiteSpace=wrap;html=1;fillColor=#b1ddf0;strokeColor=#10739e;" value="VectorNav" vertex="1">
          <mxGeometry height="30" width="80" x="1015" y="740" as="geometry" />
        </mxCell>
        <mxCell id="59XTsty1G1Yx93DkZX_j-165" parent="1" style="rounded=0;whiteSpace=wrap;html=1;fillColor=#b1ddf0;strokeColor=#10739e;" value="Sensors and Lights" vertex="1">
          <mxGeometry height="30" width="80" x="1015" y="820" as="geometry" />
        </mxCell>
        <mxCell id="59XTsty1G1Yx93DkZX_j-185" edge="1" parent="1" source="59XTsty1G1Yx93DkZX_j-179" style="edgeStyle=orthogonalEdgeStyle;orthogonalLoop=1;jettySize=auto;html=1;entryX=1;entryY=0.5;entryDx=0;entryDy=0;endArrow=none;endFill=0;" target="59XTsty1G1Yx93DkZX_j-155">
          <mxGeometry relative="1" as="geometry">
            <Array as="points">
              <mxPoint x="1290" y="580" />
              <mxPoint x="1290" y="755" />
            </Array>
          </mxGeometry>
        </mxCell>
        <mxCell id="0vSBfI8_46AL9H7hPHAw-5" edge="1" parent="1" source="59XTsty1G1Yx93DkZX_j-179" style="edgeStyle=orthogonalEdgeStyle;rounded=1;orthogonalLoop=1;jettySize=auto;html=1;entryX=1;entryY=0.5;entryDx=0;entryDy=0;curved=0;endArrow=none;endFill=0;" target="0vSBfI8_46AL9H7hPHAw-3">
          <mxGeometry relative="1" as="geometry">
            <Array as="points">
              <mxPoint x="1290" y="580" />
              <mxPoint x="1290" y="795" />
            </Array>
          </mxGeometry>
        </mxCell>
        <mxCell id="59XTsty1G1Yx93DkZX_j-179" parent="1" style="rounded=0;whiteSpace=wrap;html=1;" value="12v -&amp;gt; 7v Converter for Servos" vertex="1">
          <mxGeometry height="60" width="120" x="1155" y="550" as="geometry" />
        </mxCell>
        <mxCell id="59XTsty1G1Yx93DkZX_j-183" edge="1" parent="1" source="59XTsty1G1Yx93DkZX_j-180" style="edgeStyle=orthogonalEdgeStyle;orthogonalLoop=1;jettySize=auto;html=1;endArrow=none;endFill=0;" target="59XTsty1G1Yx93DkZX_j-111">
          <mxGeometry relative="1" as="geometry">
            <Array as="points">
              <mxPoint x="980" y="530" />
            </Array>
          </mxGeometry>
        </mxCell>
        <mxCell id="59XTsty1G1Yx93DkZX_j-184" edge="1" parent="1" source="59XTsty1G1Yx93DkZX_j-180" style="edgeStyle=orthogonalEdgeStyle;orthogonalLoop=1;jettySize=auto;html=1;entryX=0.5;entryY=0;entryDx=0;entryDy=0;endArrow=none;endFill=0;" target="59XTsty1G1Yx93DkZX_j-179">
          <mxGeometry relative="1" as="geometry">
            <Array as="points">
              <mxPoint x="1215" y="530" />
            </Array>
          </mxGeometry>
        </mxCell>
        <mxCell id="59XTsty1G1Yx93DkZX_j-180" parent="1" style="rounded=0;whiteSpace=wrap;html=1;fillColor=#f8cecc;strokeColor=#b85450;fontStyle=1" value="Computer Powerbus" vertex="1">
          <mxGeometry height="60" width="120" x="1335" y="510" as="geometry" />
        </mxCell>
        <mxCell id="59XTsty1G1Yx93DkZX_j-218" edge="1" parent="1" source="59XTsty1G1Yx93DkZX_j-208" style="edgeStyle=orthogonalEdgeStyle;orthogonalLoop=1;jettySize=auto;html=1;endArrow=none;endFill=0;" target="59XTsty1G1Yx93DkZX_j-66">
          <mxGeometry relative="1" as="geometry" />
        </mxCell>
        <mxCell id="59XTsty1G1Yx93DkZX_j-219" edge="1" parent="1" source="59XTsty1G1Yx93DkZX_j-208" style="edgeStyle=orthogonalEdgeStyle;orthogonalLoop=1;jettySize=auto;html=1;entryX=1;entryY=0.5;entryDx=0;entryDy=0;endArrow=none;endFill=0;" target="59XTsty1G1Yx93DkZX_j-214">
          <mxGeometry relative="1" as="geometry" />
        </mxCell>
        <mxCell id="59XTsty1G1Yx93DkZX_j-224" edge="1" parent="1" source="59XTsty1G1Yx93DkZX_j-208" style="edgeStyle=orthogonalEdgeStyle;orthogonalLoop=1;jettySize=auto;html=1;entryX=1;entryY=0.5;entryDx=0;entryDy=0;endArrow=none;endFill=0;" target="59XTsty1G1Yx93DkZX_j-221">
          <mxGeometry relative="1" as="geometry">
            <Array as="points">
              <mxPoint x="1359.35" y="280" />
              <mxPoint x="1359.35" y="425" />
            </Array>
          </mxGeometry>
        </mxCell>
        <mxCell id="59XTsty1G1Yx93DkZX_j-208" parent="1" style="rounded=0;whiteSpace=wrap;html=1;" value="Power Strip" vertex="1">
          <mxGeometry height="60" width="120" x="1454.35" y="250" as="geometry" />
        </mxCell>
        <mxCell id="59XTsty1G1Yx93DkZX_j-226" edge="1" parent="1" source="59XTsty1G1Yx93DkZX_j-214" style="edgeStyle=orthogonalEdgeStyle;orthogonalLoop=1;jettySize=auto;html=1;dashed=1;strokeColor=#3333FF;entryX=0.75;entryY=0;entryDx=0;entryDy=0;endArrow=none;endFill=0;" target="59XTsty1G1Yx93DkZX_j-222" value="">
          <mxGeometry relative="1" as="geometry">
            <Array as="points">
              <mxPoint x="1180" y="360" />
              <mxPoint x="1179" y="360" />
            </Array>
          </mxGeometry>
        </mxCell>
        <mxCell id="59XTsty1G1Yx93DkZX_j-227" edge="1" parent="1" source="59XTsty1G1Yx93DkZX_j-214" style="edgeStyle=orthogonalEdgeStyle;orthogonalLoop=1;jettySize=auto;html=1;dashed=1;strokeColor=#3333FF;endArrow=none;endFill=0;" target="59XTsty1G1Yx93DkZX_j-221">
          <mxGeometry relative="1" as="geometry">
            <Array as="points">
              <mxPoint x="1244" y="350" />
              <mxPoint x="1244" y="350" />
            </Array>
          </mxGeometry>
        </mxCell>
        <mxCell id="0vSBfI8_46AL9H7hPHAw-9" edge="1" parent="1" source="59XTsty1G1Yx93DkZX_j-214" style="edgeStyle=orthogonalEdgeStyle;rounded=0;orthogonalLoop=1;jettySize=auto;html=1;endArrow=none;endFill=0;" target="0vSBfI8_46AL9H7hPHAw-7" value="">
          <mxGeometry relative="1" as="geometry">
            <Array as="points">
              <mxPoint x="1120" y="270" />
              <mxPoint x="1120" y="270" />
            </Array>
          </mxGeometry>
        </mxCell>
        <mxCell id="0vSBfI8_46AL9H7hPHAw-13" edge="1" parent="1" source="59XTsty1G1Yx93DkZX_j-214" style="edgeStyle=orthogonalEdgeStyle;rounded=1;orthogonalLoop=1;jettySize=auto;html=1;entryX=0.25;entryY=0;entryDx=0;entryDy=0;curved=0;endArrow=none;endFill=0;" target="59XTsty1G1Yx93DkZX_j-222">
          <mxGeometry relative="1" as="geometry">
            <Array as="points">
              <mxPoint x="1169.35" y="390" />
              <mxPoint x="1139.35" y="390" />
            </Array>
          </mxGeometry>
        </mxCell>
        <mxCell id="0vSBfI8_46AL9H7hPHAw-36" edge="1" parent="1" source="59XTsty1G1Yx93DkZX_j-214" style="edgeStyle=orthogonalEdgeStyle;rounded=0;orthogonalLoop=1;jettySize=auto;html=1;dashed=1;strokeColor=#3333FF;endArrow=none;endFill=0;" target="0vSBfI8_46AL9H7hPHAw-7" value="">
          <mxGeometry relative="1" as="geometry">
            <Array as="points">
              <mxPoint x="1120" y="290" />
              <mxPoint x="1120" y="290" />
            </Array>
          </mxGeometry>
        </mxCell>
        <mxCell id="59XTsty1G1Yx93DkZX_j-214" parent="1" style="rounded=0;whiteSpace=wrap;html=1;fillColor=#f8cecc;strokeColor=#b85450;fontStyle=1" value="&lt;div&gt;Laptop Surface Station&lt;/div&gt;&lt;div&gt;(Toughbook)&lt;/div&gt;" vertex="1">
          <mxGeometry height="60" width="120" x="1145" y="250" as="geometry" />
        </mxCell>
        <mxCell id="0vSBfI8_46AL9H7hPHAw-10" edge="1" parent="1" source="59XTsty1G1Yx93DkZX_j-221" style="edgeStyle=orthogonalEdgeStyle;rounded=1;orthogonalLoop=1;jettySize=auto;html=1;strokeColor=#3333FF;curved=0;dashed=1;exitX=0.5;exitY=1;exitDx=0;exitDy=0;endArrow=none;endFill=0;" target="0vSBfI8_46AL9H7hPHAw-7">
          <mxGeometry relative="1" as="geometry">
            <Array as="points">
              <mxPoint x="1244" y="460" />
              <mxPoint x="1030" y="460" />
            </Array>
          </mxGeometry>
        </mxCell>
        <mxCell id="59XTsty1G1Yx93DkZX_j-221" parent="1" style="rounded=0;whiteSpace=wrap;html=1;fillColor=#b1ddf0;strokeColor=#10739e;" value="Wireless Router" vertex="1">
          <mxGeometry height="30" width="80" x="1204.35" y="410" as="geometry" />
        </mxCell>
        <mxCell id="59XTsty1G1Yx93DkZX_j-222" parent="1" style="rounded=0;whiteSpace=wrap;html=1;fillColor=#b1ddf0;strokeColor=#10739e;" value="Joystick and Throttle" vertex="1">
          <mxGeometry height="30" width="80" x="1119.35" y="410" as="geometry" />
        </mxCell>
        <mxCell id="59XTsty1G1Yx93DkZX_j-242" edge="1" parent="1" source="59XTsty1G1Yx93DkZX_j-231" style="edgeStyle=orthogonalEdgeStyle;orthogonalLoop=1;jettySize=auto;html=1;entryX=0.25;entryY=0;entryDx=0;entryDy=0;dashed=1;strokeColor=#3333FF;endArrow=none;endFill=0;" target="59XTsty1G1Yx93DkZX_j-123">
          <mxGeometry relative="1" as="geometry">
            <Array as="points">
              <mxPoint x="1055" y="900" />
              <mxPoint x="1535" y="900" />
            </Array>
          </mxGeometry>
        </mxCell>
        <mxCell id="59XTsty1G1Yx93DkZX_j-243" edge="1" parent="1" source="59XTsty1G1Yx93DkZX_j-231" style="edgeStyle=orthogonalEdgeStyle;orthogonalLoop=1;jettySize=auto;html=1;entryX=0.25;entryY=0;entryDx=0;entryDy=0;dashed=1;strokeColor=#3333FF;endArrow=none;endFill=0;" target="59XTsty1G1Yx93DkZX_j-124">
          <mxGeometry relative="1" as="geometry">
            <Array as="points">
              <mxPoint x="1055" y="900" />
              <mxPoint x="1595" y="900" />
            </Array>
          </mxGeometry>
        </mxCell>
        <mxCell id="59XTsty1G1Yx93DkZX_j-244" edge="1" parent="1" source="59XTsty1G1Yx93DkZX_j-231" style="edgeStyle=orthogonalEdgeStyle;orthogonalLoop=1;jettySize=auto;html=1;entryX=0.25;entryY=0;entryDx=0;entryDy=0;dashed=1;strokeColor=#3333FF;endArrow=none;endFill=0;" target="59XTsty1G1Yx93DkZX_j-122">
          <mxGeometry relative="1" as="geometry">
            <Array as="points">
              <mxPoint x="1055" y="900" />
              <mxPoint x="1475" y="900" />
            </Array>
          </mxGeometry>
        </mxCell>
        <mxCell id="59XTsty1G1Yx93DkZX_j-245" edge="1" parent="1" source="59XTsty1G1Yx93DkZX_j-231" style="edgeStyle=orthogonalEdgeStyle;orthogonalLoop=1;jettySize=auto;html=1;entryX=0.25;entryY=0;entryDx=0;entryDy=0;dashed=1;strokeColor=#3333FF;endArrow=none;endFill=0;" target="59XTsty1G1Yx93DkZX_j-121">
          <mxGeometry relative="1" as="geometry">
            <Array as="points">
              <mxPoint x="1055" y="900" />
              <mxPoint x="1415" y="900" />
            </Array>
          </mxGeometry>
        </mxCell>
        <mxCell id="59XTsty1G1Yx93DkZX_j-246" edge="1" parent="1" source="59XTsty1G1Yx93DkZX_j-231" style="edgeStyle=orthogonalEdgeStyle;orthogonalLoop=1;jettySize=auto;html=1;entryX=0.25;entryY=0;entryDx=0;entryDy=0;dashed=1;strokeColor=#3333FF;endArrow=none;endFill=0;" target="59XTsty1G1Yx93DkZX_j-118">
          <mxGeometry relative="1" as="geometry">
            <Array as="points">
              <mxPoint x="1055" y="900" />
              <mxPoint x="1355" y="900" />
            </Array>
          </mxGeometry>
        </mxCell>
        <mxCell id="59XTsty1G1Yx93DkZX_j-247" edge="1" parent="1" source="59XTsty1G1Yx93DkZX_j-231" style="edgeStyle=orthogonalEdgeStyle;orthogonalLoop=1;jettySize=auto;html=1;entryX=0.25;entryY=0;entryDx=0;entryDy=0;dashed=1;strokeColor=#3333FF;endArrow=none;endFill=0;" target="59XTsty1G1Yx93DkZX_j-117">
          <mxGeometry relative="1" as="geometry">
            <Array as="points">
              <mxPoint x="1055" y="900" />
              <mxPoint x="1295" y="900" />
            </Array>
          </mxGeometry>
        </mxCell>
        <mxCell id="59XTsty1G1Yx93DkZX_j-248" edge="1" parent="1" source="59XTsty1G1Yx93DkZX_j-231" style="edgeStyle=orthogonalEdgeStyle;orthogonalLoop=1;jettySize=auto;html=1;entryX=0.25;entryY=0;entryDx=0;entryDy=0;dashed=1;strokeColor=#3333FF;endArrow=none;endFill=0;" target="59XTsty1G1Yx93DkZX_j-120">
          <mxGeometry relative="1" as="geometry">
            <Array as="points">
              <mxPoint x="1055" y="900" />
              <mxPoint x="1235" y="900" />
            </Array>
          </mxGeometry>
        </mxCell>
        <mxCell id="59XTsty1G1Yx93DkZX_j-249" edge="1" parent="1" source="59XTsty1G1Yx93DkZX_j-231" style="edgeStyle=orthogonalEdgeStyle;orthogonalLoop=1;jettySize=auto;html=1;entryX=0.25;entryY=0;entryDx=0;entryDy=0;dashed=1;strokeColor=#3333FF;endArrow=none;endFill=0;" target="59XTsty1G1Yx93DkZX_j-116">
          <mxGeometry relative="1" as="geometry">
            <Array as="points">
              <mxPoint x="1055" y="900" />
              <mxPoint x="1175" y="900" />
            </Array>
          </mxGeometry>
        </mxCell>
        <mxCell id="0vSBfI8_46AL9H7hPHAw-2" edge="1" parent="1" source="59XTsty1G1Yx93DkZX_j-231" style="edgeStyle=orthogonalEdgeStyle;rounded=1;orthogonalLoop=1;jettySize=auto;html=1;entryX=0;entryY=0.5;entryDx=0;entryDy=0;dashed=1;strokeColor=#3333FF;curved=0;endArrow=none;endFill=0;" target="59XTsty1G1Yx93DkZX_j-155">
          <mxGeometry relative="1" as="geometry" />
        </mxCell>
        <mxCell id="0vSBfI8_46AL9H7hPHAw-6" edge="1" parent="1" source="59XTsty1G1Yx93DkZX_j-231" style="edgeStyle=orthogonalEdgeStyle;rounded=1;orthogonalLoop=1;jettySize=auto;html=1;entryX=0;entryY=0.5;entryDx=0;entryDy=0;curved=0;dashed=1;strokeColor=#3333FF;endArrow=none;endFill=0;" target="0vSBfI8_46AL9H7hPHAw-3">
          <mxGeometry relative="1" as="geometry" />
        </mxCell>
        <mxCell id="59XTsty1G1Yx93DkZX_j-231" parent="1" style="rounded=0;whiteSpace=wrap;html=1;fillColor=#b1ddf0;strokeColor=#10739e;" value="Motor Controller" vertex="1">
          <mxGeometry height="30" width="80" x="1015" y="860" as="geometry" />
        </mxCell>
        <mxCell id="0vSBfI8_46AL9H7hPHAw-3" parent="1" style="rounded=0;whiteSpace=wrap;html=1;fillColor=#b1ddf0;strokeColor=#10739e;" value="Spinner Tool Servo" vertex="1">
          <mxGeometry height="30" width="80" x="1165" y="780" as="geometry" />
        </mxCell>
        <mxCell id="0vSBfI8_46AL9H7hPHAw-30" edge="1" parent="1" source="0vSBfI8_46AL9H7hPHAw-7" style="edgeStyle=orthogonalEdgeStyle;rounded=1;orthogonalLoop=1;jettySize=auto;html=1;entryX=0.167;entryY=-0.009;entryDx=0;entryDy=0;dashed=1;strokeColor=#3333FF;curved=0;entryPerimeter=0;endArrow=none;endFill=0;" target="59XTsty1G1Yx93DkZX_j-111">
          <mxGeometry relative="1" as="geometry">
            <Array as="points">
              <mxPoint x="940" y="280" />
            </Array>
          </mxGeometry>
        </mxCell>
        <mxCell id="0vSBfI8_46AL9H7hPHAw-40" connectable="0" parent="0vSBfI8_46AL9H7hPHAw-30" style="edgeLabel;html=1;align=center;verticalAlign=middle;resizable=0;points=[];" value="TETHER (DATA)" vertex="1">
          <mxGeometry relative="1" x="-0.3495" as="geometry">
            <mxPoint as="offset" />
          </mxGeometry>
        </mxCell>
        <mxCell id="0vSBfI8_46AL9H7hPHAw-7" parent="1" style="rounded=0;whiteSpace=wrap;html=1;fillColor=#f8cecc;strokeColor=#b85450;fontStyle=1" value="Fathom-X Tether Interface" vertex="1">
          <mxGeometry height="60" width="120" x="975" y="250" as="geometry" />
        </mxCell>
        <mxCell id="0vSBfI8_46AL9H7hPHAw-19" parent="1" style="text;html=1;whiteSpace=wrap;strokeColor=none;fillColor=none;align=center;verticalAlign=middle;rounded=0;rotation=270;" value="&lt;font face=&quot;Helvetica&quot; style=&quot;font-size: 28px;&quot;&gt;&lt;b&gt;&lt;span style=&quot;color: rgb(0, 102, 204);&quot;&gt;IN WATER&lt;/span&gt;&lt;/b&gt;&lt;/font&gt;" vertex="1">
-           <mxGeometry height="30" width="140" x="810" y="550" as="geometry" />
+           <mxGeometry height="30" width="140.65" x="809.03" y="549.67" as="geometry" />
        </mxCell>
        <mxCell id="0vSBfI8_46AL9H7hPHAw-21" edge="1" parent="1" style="endArrow=none;html=1;rounded=0;strokeWidth=3;fillColor=#fad7ac;strokeColor=#b46504;shadow=1;" value="">
          <mxGeometry height="50" relative="1" width="50" as="geometry">
            <mxPoint x="889.35" y="480" as="sourcePoint" />
            <mxPoint x="890" y="150" as="targetPoint" />
          </mxGeometry>
        </mxCell>
        <mxCell id="0vSBfI8_46AL9H7hPHAw-24" edge="1" parent="1" style="endArrow=none;html=1;rounded=0;strokeWidth=3;fillColor=#fad7ac;strokeColor=#b46504;shadow=1;" value="">
          <mxGeometry height="50" relative="1" width="50" as="geometry">
            <mxPoint x="890" y="150" as="sourcePoint" />
            <mxPoint x="1639.35" y="150" as="targetPoint" />
          </mxGeometry>
        </mxCell>
        <mxCell id="0vSBfI8_46AL9H7hPHAw-25" edge="1" parent="1" style="endArrow=none;html=1;rounded=0;strokeWidth=3;fillColor=#fad7ac;strokeColor=#b46504;shadow=1;" value="">
          <mxGeometry height="50" relative="1" width="50" as="geometry">
            <mxPoint x="1639.35" y="480" as="sourcePoint" />
            <mxPoint x="1639.35" y="150" as="targetPoint" />
          </mxGeometry>
        </mxCell>
        <mxCell id="0vSBfI8_46AL9H7hPHAw-26" edge="1" parent="1" style="endArrow=none;html=1;rounded=0;strokeWidth=3;fillColor=#fad7ac;strokeColor=#b46504;shadow=1;" value="">
          <mxGeometry height="50" relative="1" width="50" as="geometry">
            <mxPoint x="889.35" y="480" as="sourcePoint" />
            <mxPoint x="1639.35" y="480" as="targetPoint" />
          </mxGeometry>
        </mxCell>
        <mxCell id="0vSBfI8_46AL9H7hPHAw-27" parent="1" style="text;html=1;whiteSpace=wrap;strokeColor=none;fillColor=none;align=center;verticalAlign=middle;rounded=0;rotation=270;" value="&lt;font style=&quot;font-size: 28px; color: rgb(180, 101, 4);&quot;&gt;&lt;b&gt;SURFACE&lt;/b&gt;&lt;/font&gt;" vertex="1">
          <mxGeometry height="30" width="140" x="809.35" y="390" as="geometry" />
        </mxCell>
        <mxCell id="0vSBfI8_46AL9H7hPHAw-37" parent="1" style="rounded=0;whiteSpace=wrap;html=1;fillColor=#b1ddf0;strokeColor=#10739e;" value="Camera" vertex="1">
          <mxGeometry height="30" width="80" x="1165" y="620" as="geometry" />
        </mxCell>
      </root>
    </mxGraphModel>
  </diagram>
</mxfile>
